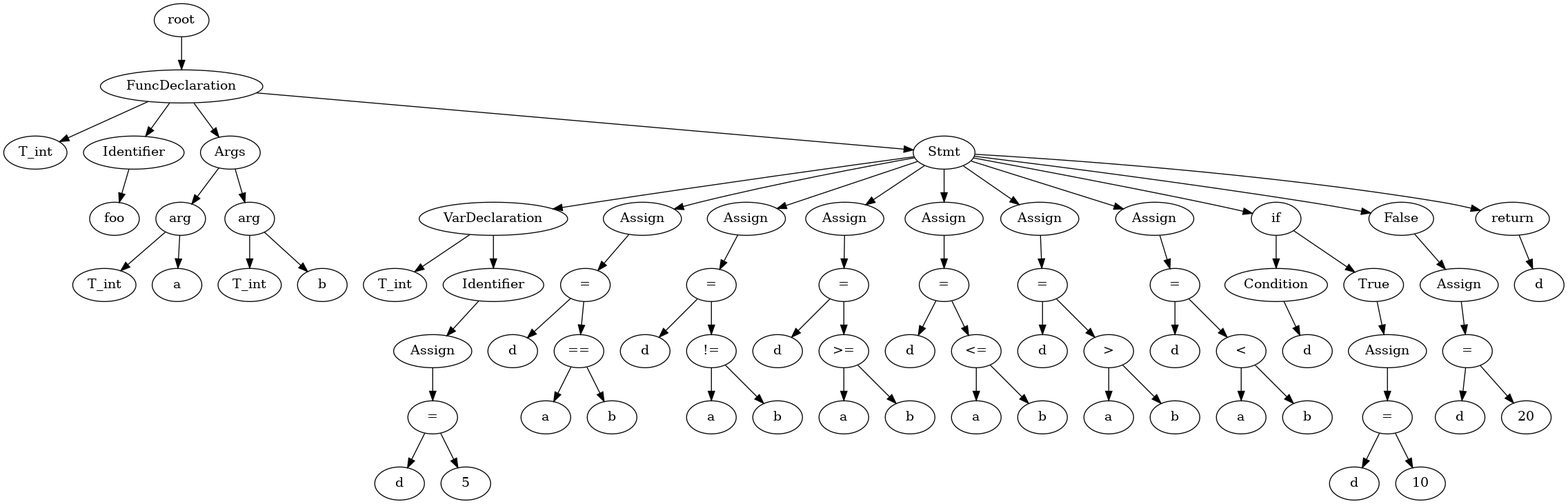
Jstar49/starCC keeps this Graphviz diagram as test.gv.png. Above is the earlier version. Its source is kept beside it as test.gv.
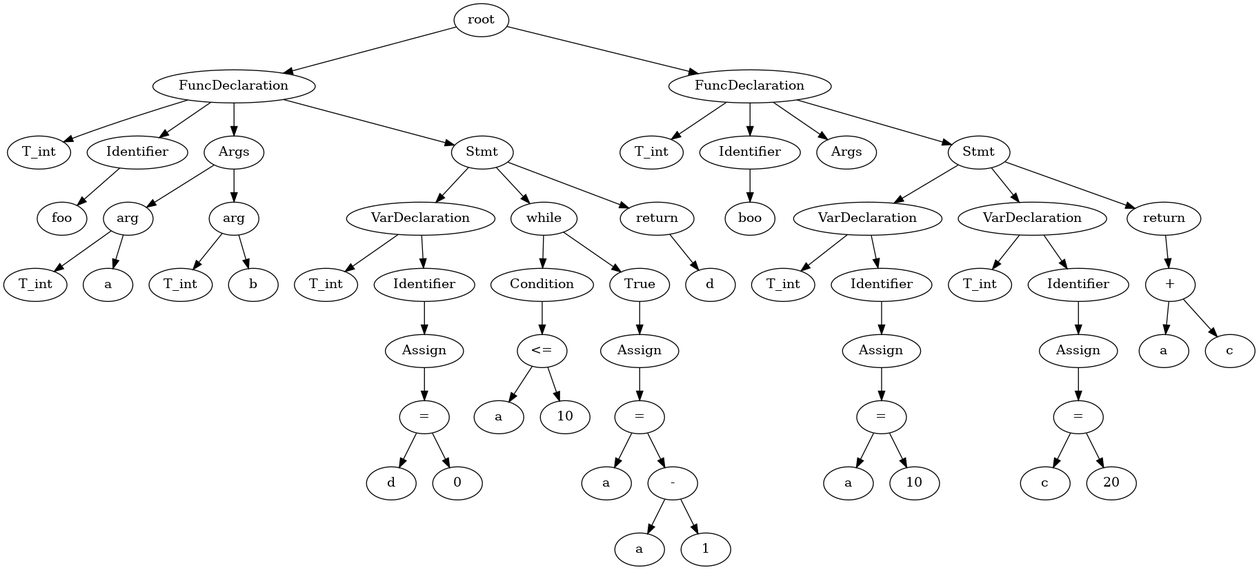
After the commit.

Diff of the diagram source:
```diff
@@ -36,108 +36,82 @@
 	15 -> 17
 	16 [label=d]
 	17 -> 16
-	18 [label=5]
+	18 [label=0]
 	17 -> 18
-	19 [label=Assign]
+	19 [label=while]
 	11 -> 19
-	21 [label="="]
-	19 -> 21
-	20 [label=d]
-	21 -> 20
-	23 [label="=="]
-	21 -> 23
-	22 [label=a]
-	23 -> 22
-	24 [label=b]
-	23 -> 24
+	20 [label=Condition]
+	19 -> 20
+	22 [label="<="]
+	20 -> 22
+	21 [label=a]
+	22 -> 21
+	23 [label=10]
+	22 -> 23
+	24 [label=True]
+	19 -> 24
 	25 [label=Assign]
-	11 -> 25
+	24 -> 25
 	27 [label="="]
 	25 -> 27
-	26 [label=d]
+	26 [label=a]
 	27 -> 26
-	29 [label="!="]
+	29 [label="-"]
 	27 -> 29
 	28 [label=a]
 	29 -> 28
-	30 [label=b]
+	30 [label=1]
 	29 -> 30
-	31 [label=Assign]
+	31 [label=return]
 	11 -> 31
-	33 [label="="]
-	31 -> 33
 	32 [label=d]
-	33 -> 32
-	35 [label=">="]
+	31 -> 32
+	33 [label=FuncDeclaration]
+	None -> 33
+	34 [label=T_int]
+	33 -> 34
+	35 [label=Identifier]
 	33 -> 35
-	34 [label=a]
-	35 -> 34
-	36 [label=b]
+	36 [label=boo]
 	35 -> 36
-	37 [label=Assign]
-	11 -> 37
-	39 [label="="]
-	37 -> 39
-	38 [label=d]
-	39 -> 38
-	41 [label="<="]
+	37 [label=Args]
+	33 -> 37
+	38 [label=Stmt]
+	33 -> 38
+	39 [label=VarDeclaration]
+	38 -> 39
+	40 [label=T_int]
+	39 -> 40
+	41 [label=Identifier]
 	39 -> 41
-	40 [label=a]
-	41 -> 40
-	42 [label=b]
+	42 [label=Assign]
 	41 -> 42
-	43 [label=Assign]
-	11 -> 43
-	45 [label="="]
-	43 -> 45
-	44 [label=d]
-	45 -> 44
-	47 [label=">"]
-	45 -> 47
-	46 [label=a]
-	47 -> 46
-	48 [label=b]
-	47 -> 48
+	44 [label="="]
+	42 -> 44
+	43 [label=a]
+	44 -> 43
+	45 [label=10]
+	44 -> 45
+	46 [label=VarDeclaration]
+	38 -> 46
+	47 [label=T_int]
+	46 -> 47
+	48 [label=Identifier]
+	46 -> 48
 	49 [label=Assign]
-	11 -> 49
+	48 -> 49
 	51 [label="="]
 	49 -> 51
-	50 [label=d]
+	50 [label=c]
 	51 -> 50
-	53 [label="<"]
-	51 -> 53
-	52 [label=a]
-	53 -> 52
-	54 [label=b]
-	53 -> 54
-	55 [label=if]
-	11 -> 55
-	56 [label=Condition]
+	52 [label=20]
+	51 -> 52
+	53 [label=return]
+	38 -> 53
+	55 [label="+"]
+	53 -> 55
+	54 [label=a]
+	55 -> 54
+	56 [label=c]
 	55 -> 56
-	57 [label=d]
-	56 -> 57
-	58 [label=True]
-	55 -> 58
-	59 [label=Assign]
-	58 -> 59
-	61 [label="="]
-	59 -> 61
-	60 [label=d]
-	61 -> 60
-	62 [label=10]
-	61 -> 62
-	63 [label=False]
-	11 -> 63
-	64 [label=Assign]
-	63 -> 64
-	66 [label="="]
-	64 -> 66
-	65 [label=d]
-	66 -> 65
-	67 [label=20]
-	66 -> 67
-	68 [label=return]
-	11 -> 68
-	69 [label=d]
-	68 -> 69
 }
```
